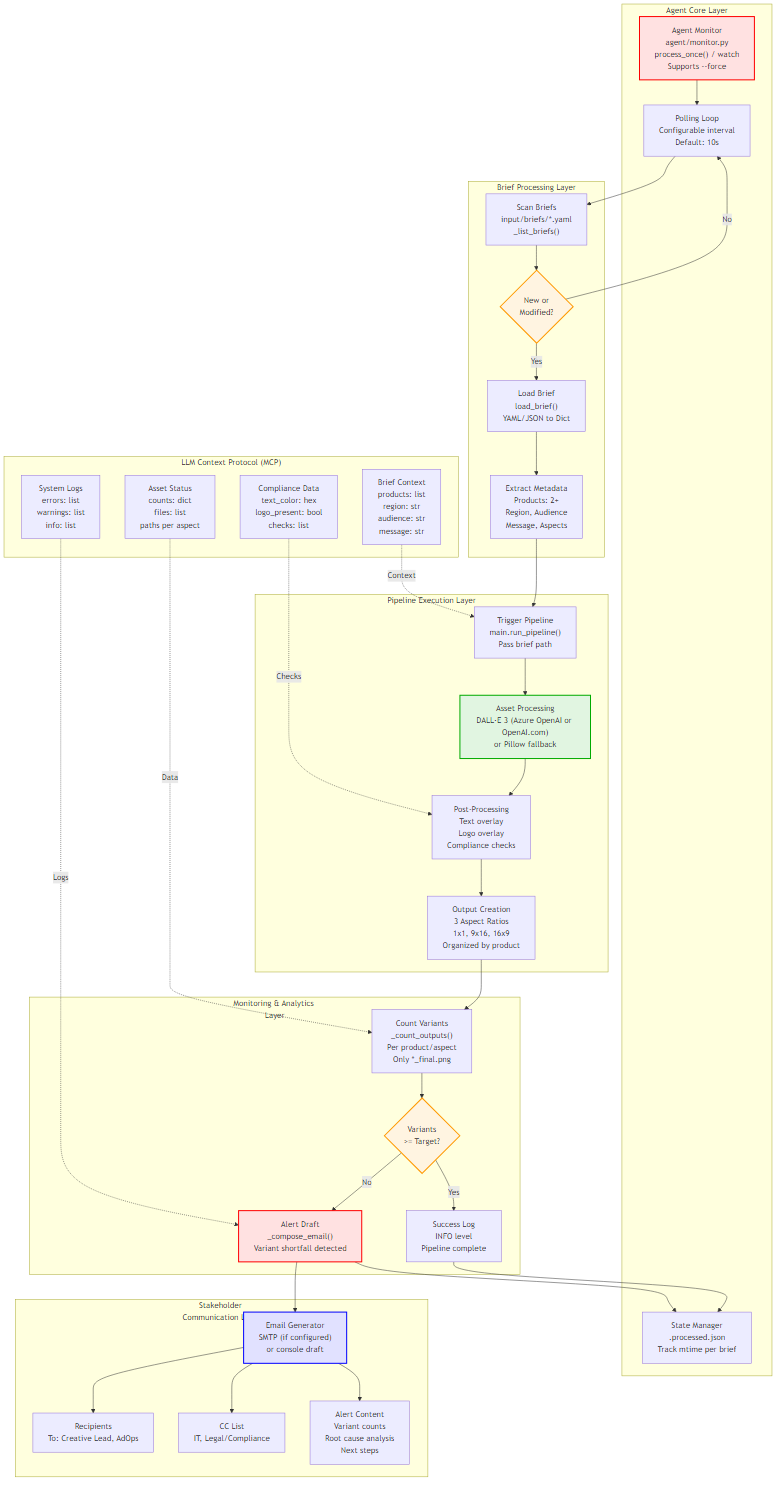
Above: docs/agentic_system_design.png in serapsen/ai-automation (Mermaid), before the change. Its source is kept beside it as docs/agentic_system_design.mmd.
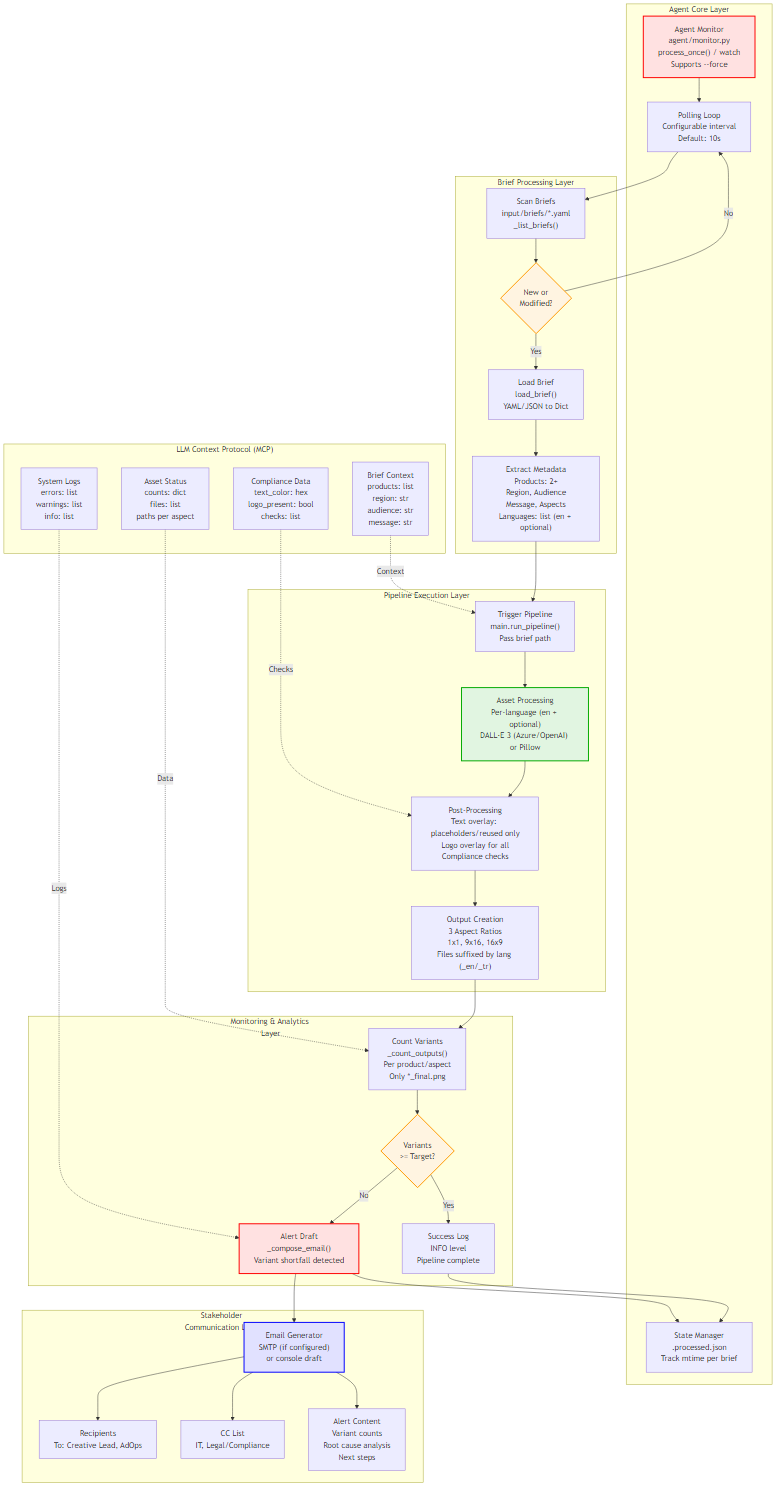
After the commit.

Change to the diagram source:
```diff
@@ -9,14 +9,14 @@
     D["Scan Briefs<br/>input/briefs/*.yaml<br/>_list_briefs()"]
     E{"New or<br/>Modified?"}
     F["Load Brief<br/>load_brief()<br/>YAML/JSON to Dict"]
-    G["Extract Metadata<br/>Products: 2+<br/>Region, Audience<br/>Message, Aspects"]
+    G["Extract Metadata<br/>Products: 2+<br/>Region, Audience<br/>Message, Aspects<br/>Languages: list (en + optional)"]
   end
 
   subgraph "Pipeline Execution Layer"
     H["Trigger Pipeline<br/>main.run_pipeline()<br/>Pass brief path"]
-    I["Asset Processing<br/>DALL·E 3 (Azure OpenAI or OpenAI.com)<br/>or Pillow fallback"]
-    J["Post-Processing<br/>Text overlay<br/>Logo overlay<br/>Compliance checks"]
-    K["Output Creation<br/>3 Aspect Ratios<br/>1x1, 9x16, 16x9<br/>Organized by product"]
+    I["Asset Processing<br/>Per-language (en + optional)<br/>DALL·E 3 (Azure/OpenAI) or Pillow"]
+    J["Post-Processing<br/>Text overlay: placeholders/reused only<br/>Logo overlay for all<br/>Compliance checks"]
+    K["Output Creation<br/>3 Aspect Ratios<br/>1x1, 9x16, 16x9<br/>Files suffixed by lang (_en/_tr)"]
   end
 
   subgraph "Monitoring & Analytics Layer"
```
